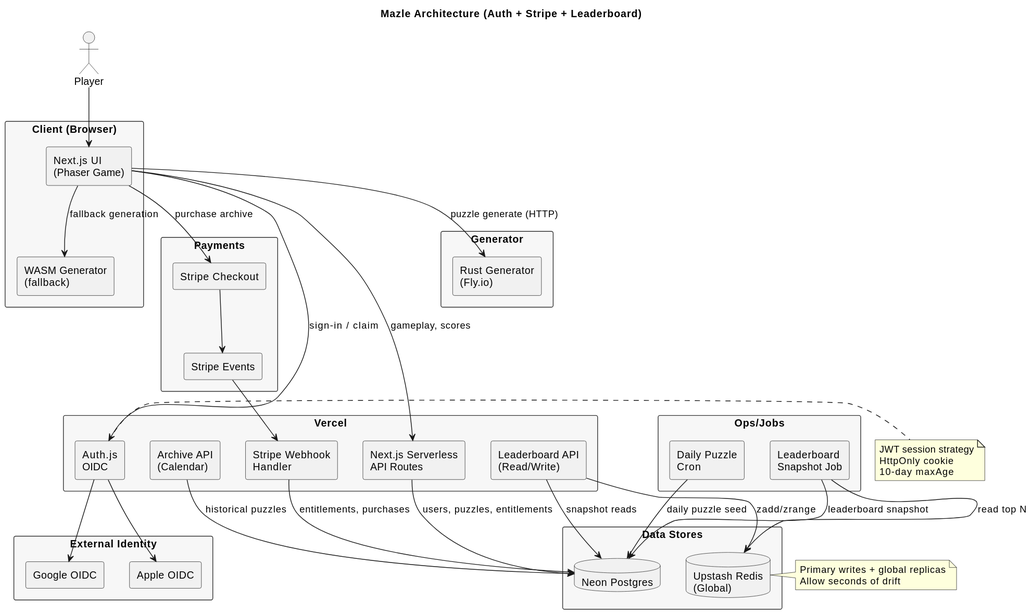
Earlier version of the PlantUML export docs/mazle-architecture.svg (jmogainz/mazle).
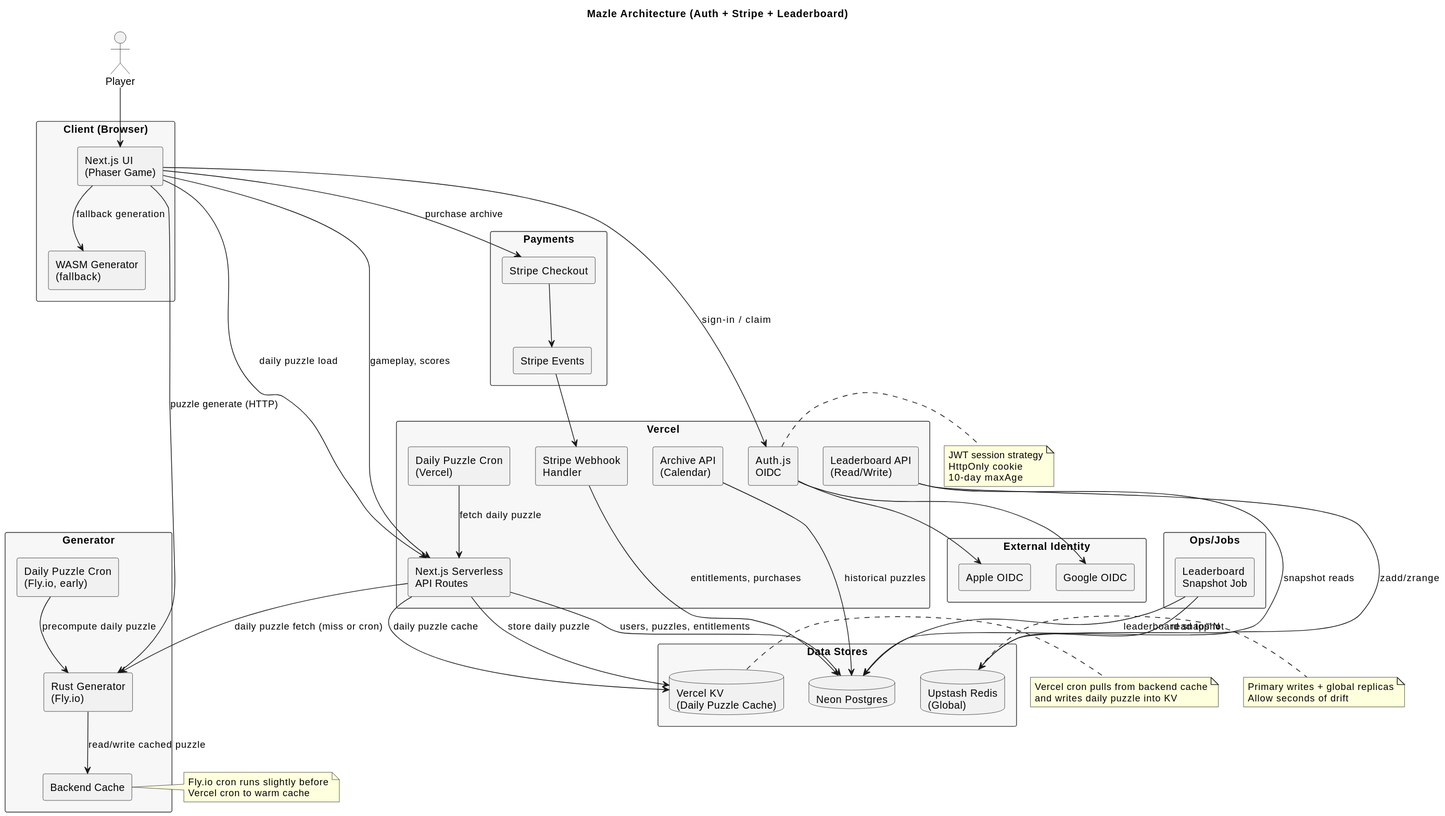
The same diagram one commit later.

Commit message:
update: new docs for mazle user account architecture epic 2

The edit, as a diff of the source:
```diff
@@ -19,6 +19,7 @@
   component "Stripe Webhook\nHandler" as STRIPE_WEBHOOK
   component "Leaderboard API\n(Read/Write)" as LB_API
   component "Archive API\n(Calendar)" as ARCHIVE_API
+  component "Daily Puzzle Cron\n(Vercel)" as VERCEL_CRON
 }
 
 rectangle "External Identity" as OIDC {
@@ -29,6 +30,7 @@
 rectangle "Data Stores" as DATA {
   database "Neon Postgres" as DB
   database "Upstash Redis\n(Global)" as REDIS
+  database "Vercel KV\n(Daily Puzzle Cache)" as KV
 }
 
 rectangle "Payments" as PAY {
@@ -38,10 +40,11 @@
 
 rectangle "Generator" as GEN {
   component "Rust Generator\n(Fly.io)" as RUST_GEN
+  component "Backend Cache" as GEN_CACHE
+  component "Daily Puzzle Cron\n(Fly.io, early)" as GEN_CRON
 }
 
 rectangle "Ops/Jobs" as JOBS {
-  component "Daily Puzzle\nCron" as CRON
   component "Leaderboard\nSnapshot Job" as SNAPSHOT
 }
 
@@ -49,6 +52,7 @@
 UI --> API : gameplay, scores
 UI --> AUTH : sign-in / claim
 UI --> STRIPE_CHECKOUT : purchase archive
+UI --> API : daily puzzle load
 UI --> RUST_GEN : puzzle generate (HTTP)
 UI --> WASM : fallback generation
 
@@ -56,6 +60,8 @@
 AUTH --> APPLE
 
 API --> DB : users, puzzles, entitlements
+API --> KV : daily puzzle cache
+API --> RUST_GEN : daily puzzle fetch (miss or cron)
 LB_API --> REDIS : zadd/zrange
 LB_API --> DB : snapshot reads
 ARCHIVE_API --> DB : historical puzzles
@@ -64,9 +70,23 @@
 STRIPE_EVENTS --> STRIPE_WEBHOOK
 STRIPE_WEBHOOK --> DB : entitlements, purchases
 
-CRON --> DB : daily puzzle seed
 SNAPSHOT --> DB : leaderboard snapshot
 SNAPSHOT --> REDIS : read top N
+
+GEN_CRON --> RUST_GEN : precompute daily puzzle
+RUST_GEN --> GEN_CACHE : read/write cached puzzle
+VERCEL_CRON --> API : fetch daily puzzle
+API --> KV : store daily puzzle
+
+note right of KV
+Vercel cron pulls from backend cache
+and writes daily puzzle into KV
+end note
+
+note right of GEN_CACHE
+Fly.io cron runs slightly before
+Vercel cron to warm cache
+end note
 
 note right of REDIS
 Primary writes + global replicas
```
